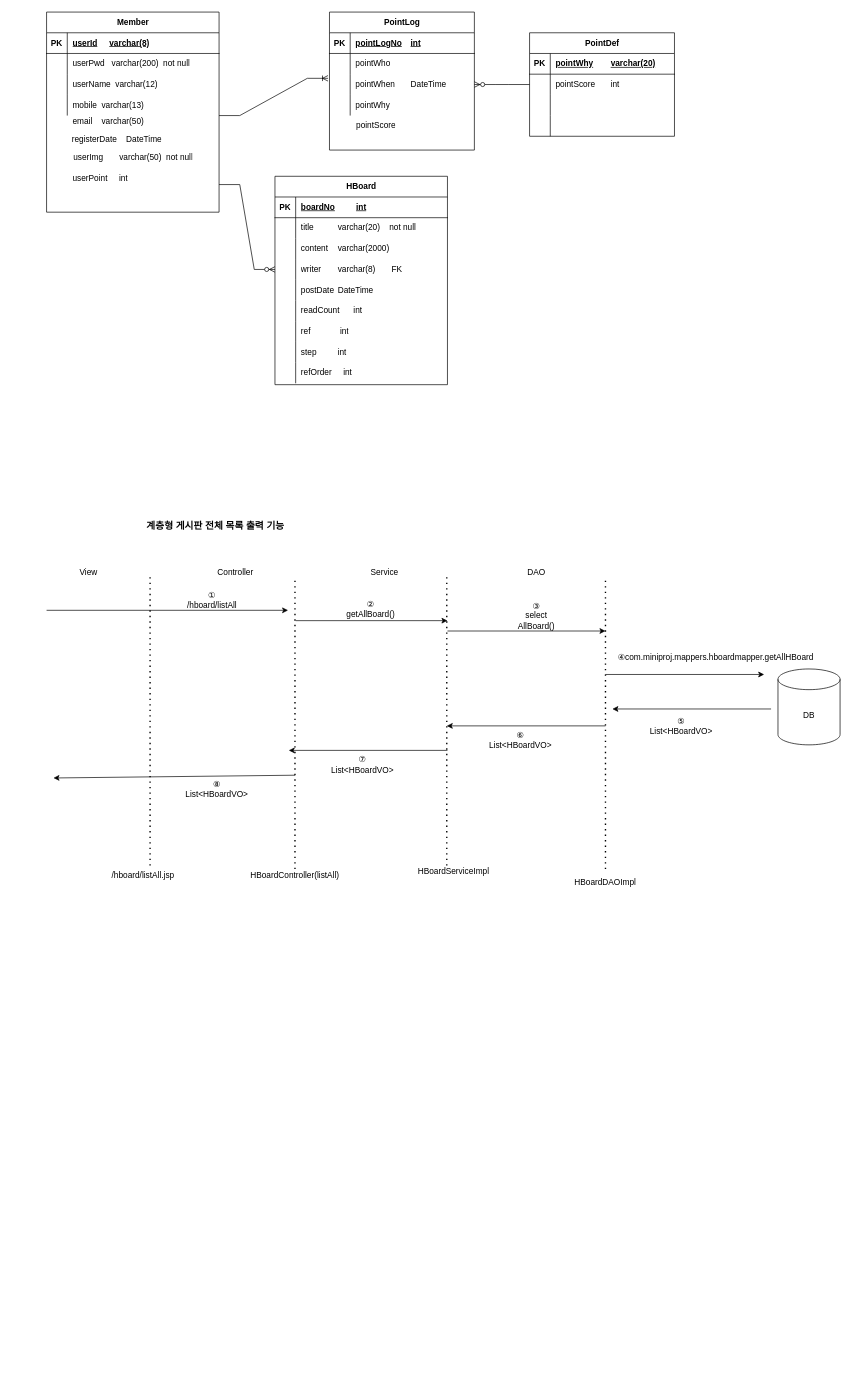
Earlier version of the draw.io diagram src/main/webapp/resources/sql/miniproj.drawio (pgyseven/MiniProject2). Source tidied: cells renumbered, new cells numbered last; positions are measured from the earlier drawing's top-left corner, leaving out a move shared by most shapes. Both pictures are drawn from the tidied source at 69%, with x=0, y=0 at pixel (46, 12).
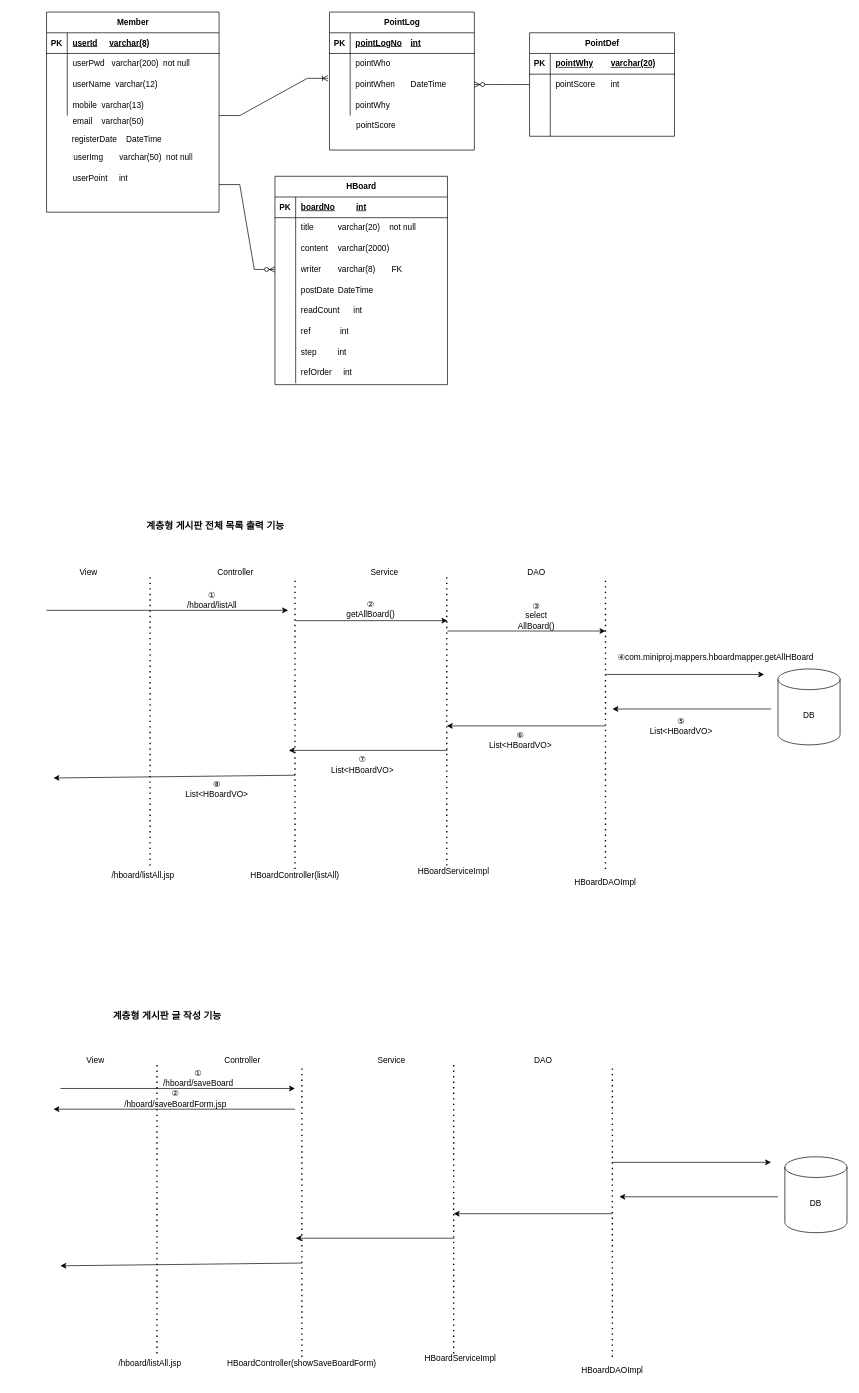
Above is the later version.

Commit message:
doc : 글 저장 기능 다이어그램 추가

What changed in the source:
```diff
@@
+    <mxCell id="113" style="endArrow=none;dashed=1;html=1;dashPattern=1 3;strokeWidth=2;rounded=0;" parent="1" edge="1">
+      <mxGeometry relative="1" as="geometry">
+        <mxPoint x="160" y="1944" as="sourcePoint" />
+        <mxPoint x="160" y="1524" as="targetPoint" />
+      </mxGeometry>
+    </mxCell>
+    <mxCell id="114" style="endArrow=none;dashed=1;html=1;dashPattern=1 3;strokeWidth=2;rounded=0;" parent="1" edge="1">
+      <mxGeometry relative="1" as="geometry">
+        <mxPoint x="370" y="1949" as="sourcePoint" />
+        <mxPoint x="370" y="1529" as="targetPoint" />
+      </mxGeometry>
+    </mxCell>
+    <mxCell id="115" style="endArrow=none;dashed=1;html=1;dashPattern=1 3;strokeWidth=2;rounded=0;" parent="1" edge="1">
+      <mxGeometry relative="1" as="geometry">
+        <mxPoint x="590" y="1944" as="sourcePoint" />
+        <mxPoint x="590" y="1524" as="targetPoint" />
+      </mxGeometry>
+    </mxCell>
+    <mxCell id="116" style="endArrow=none;dashed=1;html=1;dashPattern=1 3;strokeWidth=2;rounded=0;" parent="1" edge="1">
+      <mxGeometry relative="1" as="geometry">
+        <mxPoint x="820" y="1949" as="sourcePoint" />
+        <mxPoint x="820" y="1529" as="targetPoint" />
+      </mxGeometry>
+    </mxCell>
+    <mxCell id="117" value="DB" style="shape=cylinder3;whiteSpace=wrap;html=1;boundedLbl=1;backgroundOutline=1;size=15;" parent="1" vertex="1">
+      <mxGeometry x="1070" y="1659" width="90" height="110" as="geometry" />
+    </mxCell>
+    <mxCell id="118" value="View" style="text;html=1;align=center;verticalAlign=middle;whiteSpace=wrap;rounded=0;" parent="1" vertex="1">
+      <mxGeometry x="41" y="1504" width="60" height="30" as="geometry" />
+    </mxCell>
+    <mxCell id="119" value="Controller" style="text;html=1;align=center;verticalAlign=middle;whiteSpace=wrap;rounded=0;" parent="1" vertex="1">
+      <mxGeometry x="254" y="1504" width="60" height="30" as="geometry" />
+    </mxCell>
+    <mxCell id="120" value="Service" style="text;html=1;align=center;verticalAlign=middle;whiteSpace=wrap;rounded=0;" parent="1" vertex="1">
+      <mxGeometry x="470" y="1504" width="60" height="30" as="geometry" />
+    </mxCell>
+    <mxCell id="121" value="DAO" style="text;html=1;align=center;verticalAlign=middle;whiteSpace=wrap;rounded=0;" parent="1" vertex="1">
+      <mxGeometry x="690" y="1504" width="60" height="30" as="geometry" />
+    </mxCell>
+    <mxCell id="122" value="HBoardController(showSaveBoardForm)" style="text;html=1;align=center;verticalAlign=middle;whiteSpace=wrap;rounded=0;" parent="1" vertex="1">
+      <mxGeometry x="340" y="1944" width="60" height="30" as="geometry" />
+    </mxCell>
+    <mxCell id="123" value="HBoardServiceImpl&lt;div&gt;&lt;br&gt;&lt;/div&gt;" style="text;html=1;align=center;verticalAlign=middle;whiteSpace=wrap;rounded=0;" parent="1" vertex="1">
+      <mxGeometry x="570" y="1944" width="60" height="30" as="geometry" />
+    </mxCell>
+    <mxCell id="124" value="HBoardDAOImpl" style="text;html=1;align=center;verticalAlign=middle;whiteSpace=wrap;rounded=0;" parent="1" vertex="1">
+      <mxGeometry x="790" y="1954" width="60" height="30" as="geometry" />
+    </mxCell>
+    <mxCell id="125" style="endArrow=classic;html=1;rounded=0;" parent="1" edge="1">
+      <mxGeometry relative="1" as="geometry">
+        <mxPoint x="820" y="1667" as="sourcePoint" />
+        <mxPoint x="1050" y="1667" as="targetPoint" />
+      </mxGeometry>
+    </mxCell>
+    <mxCell id="126" style="endArrow=classic;html=1;rounded=0;" parent="1" edge="1">
+      <mxGeometry relative="1" as="geometry">
+        <mxPoint x="1060" y="1717" as="sourcePoint" />
+        <mxPoint x="830" y="1717" as="targetPoint" />
+      </mxGeometry>
+    </mxCell>
+    <mxCell id="127" style="endArrow=classic;html=1;rounded=0;" parent="1" edge="1">
+      <mxGeometry relative="1" as="geometry">
+        <mxPoint x="820" y="1741.5" as="sourcePoint" />
+        <mxPoint x="590" y="1741.5" as="targetPoint" />
+      </mxGeometry>
+    </mxCell>
+    <mxCell id="128" style="endArrow=classic;html=1;rounded=0;" parent="1" edge="1">
+      <mxGeometry relative="1" as="geometry">
+        <mxPoint x="591" y="1777" as="sourcePoint" />
+        <mxPoint x="361" y="1777" as="targetPoint" />
+      </mxGeometry>
+    </mxCell>
+    <mxCell id="129" style="endArrow=classic;html=1;rounded=0;" parent="1" edge="1">
+      <mxGeometry relative="1" as="geometry">
+        <mxPoint x="370" y="1813" as="sourcePoint" />
+        <mxPoint x="20" y="1817" as="targetPoint" />
+      </mxGeometry>
+    </mxCell>
+    <mxCell id="130" value="/hboard/listAll.jsp" style="text;html=1;align=center;verticalAlign=middle;whiteSpace=wrap;rounded=0;" parent="1" vertex="1">
+      <mxGeometry x="120" y="1944" width="60" height="30" as="geometry" />
+    </mxCell>
+    <mxCell id="131" value="&lt;b&gt;&lt;font style=&quot;font-size: 14px;&quot;&gt;계층형 게시판 글 작성 기능&lt;/font&gt;&lt;/b&gt;" style="text;html=1;align=center;verticalAlign=middle;whiteSpace=wrap;rounded=0;" parent="1" vertex="1">
+      <mxGeometry x="-50" y="1440" width="450" height="30" as="geometry" />
+    </mxCell>
+    <mxCell id="132" style="endArrow=classic;html=1;rounded=0;" parent="1" edge="1">
+      <mxGeometry relative="1" as="geometry">
+        <mxPoint x="20" y="1560" as="sourcePoint" />
+        <mxPoint x="360" y="1560" as="targetPoint" />
+      </mxGeometry>
+    </mxCell>
+    <mxCell id="133" value="① /hboard/saveBoard" style="text;html=1;align=center;verticalAlign=middle;whiteSpace=wrap;rounded=0;" parent="1" vertex="1">
+      <mxGeometry x="190" y="1530" width="60" height="30" as="geometry" />
+    </mxCell>
+    <mxCell id="134" style="endArrow=classic;html=1;rounded=0;" parent="1" edge="1">
+      <mxGeometry relative="1" as="geometry">
+        <mxPoint x="360" y="1590" as="sourcePoint" />
+        <mxPoint x="10" y="1590" as="targetPoint" />
+      </mxGeometry>
+    </mxCell>
+    <mxCell id="135" value="② /hboard/saveBoardForm.jsp" style="text;html=1;align=center;verticalAlign=middle;whiteSpace=wrap;rounded=0;" parent="1" vertex="1">
+      <mxGeometry x="157" y="1560" width="60" height="30" as="geometry" />
+    </mxCell>
```
